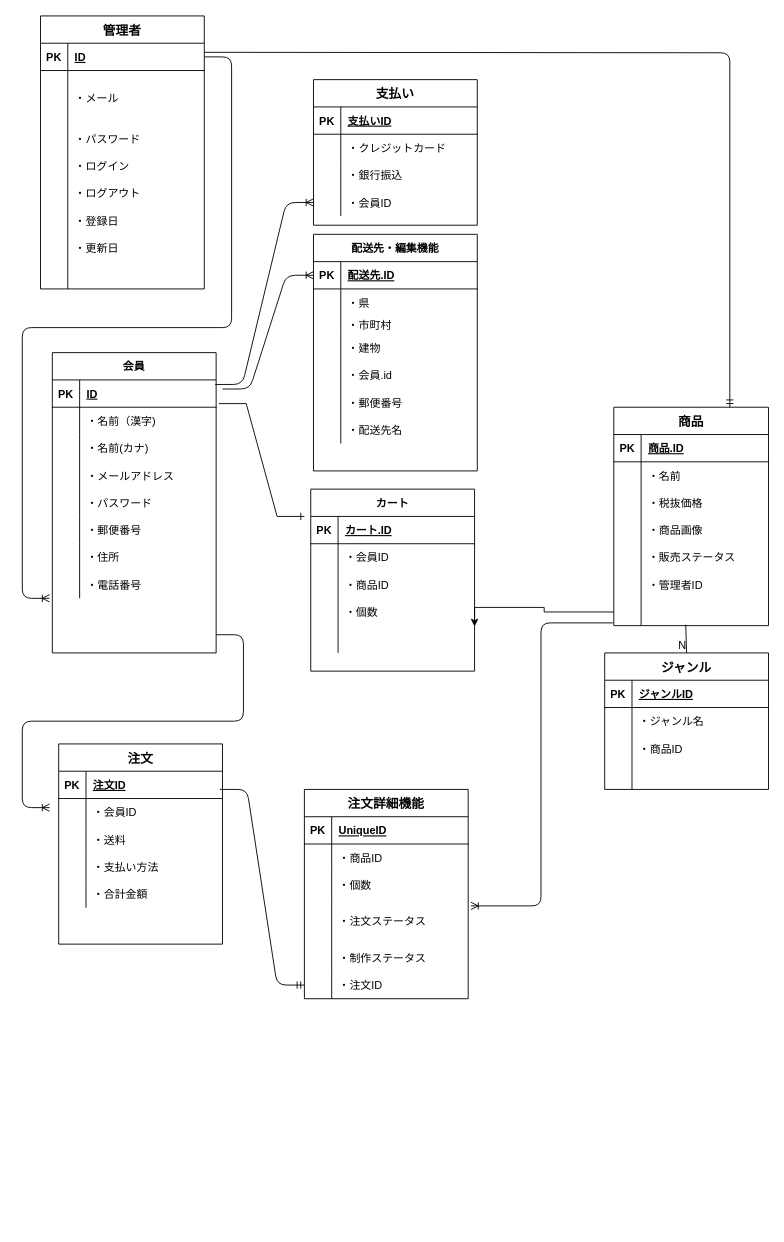
The draw.io diagram Untitled Diagram.drawio in 74905/bookers1_debug_app, before the edit. Source tidied: cells renumbered, new cells numbered last; positions are measured from the earlier drawing's top-left corner, leaving out a move shared by most shapes. Both pictures are drawn from the tidied source at 91%, with x=0, y=0 at pixel (40, 15).
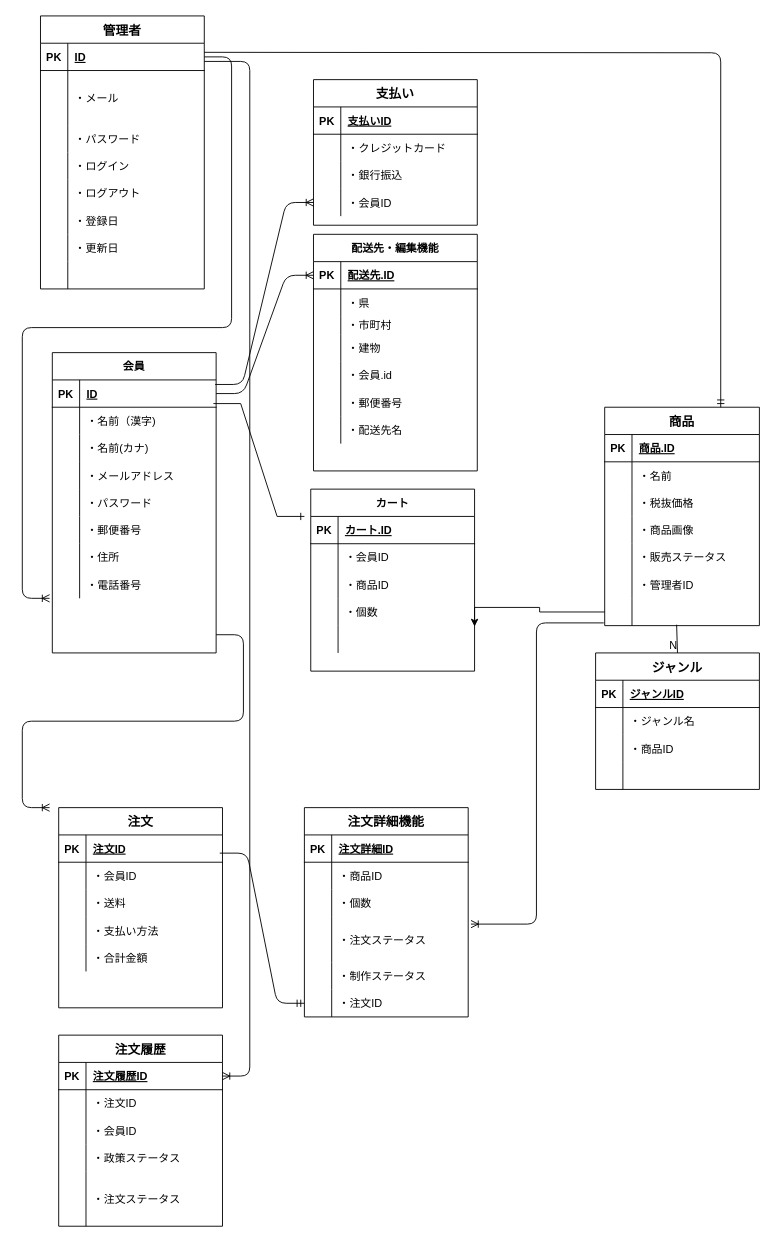
The same diagram, later.

Commit message:
Untitled Diagram.drawio を更新します

Unchanged cells that the change refers to:
```xml
<mxCell id="3" style="shape=partialRectangle;fillColor=none;top=0;left=0;bottom=1;right=0;points=[[0,0.5],[1,0.5]];portConstraint=eastwest;" parent="2" vertex="1">
  <mxGeometry y="30" width="180" height="30" as="geometry" />
</mxCell>
<mxCell id="30" style="shape=partialRectangle;fillColor=none;top=0;left=0;bottom=1;right=0;points=[[0,0.5],[1,0.5]];portConstraint=eastwest;" parent="29" vertex="1">
  <mxGeometry y="30" width="180" height="30" as="geometry" />
</mxCell>
<mxCell id="117" style="shape=partialRectangle;fillColor=none;top=0;left=0;bottom=1;right=0;" parent="116" vertex="1">
  <mxGeometry y="30" width="180" height="30" as="geometry" />
</mxCell>
<mxCell id="132" style="shape=partialRectangle;fillColor=none;top=0;left=0;bottom=0;right=0;points=[[0,0.5],[1,0.5]];portConstraint=eastwest;labelBackgroundColor=none;strokeColor=#000000;strokeWidth=1;fontSize=14;" parent="116" vertex="1">
  <mxGeometry y="200" width="180" height="30" as="geometry" />
</mxCell>
```

What changed in the source:
```diff
@@
-    <mxCell id="27" style="edgeStyle=entityRelationEdgeStyle;fontSize=12;html=1;endArrow=ERoneToMany;entryX=0;entryY=0.5;entryDx=0;entryDy=0;exitX=1.039;exitY=0.333;exitDx=0;exitDy=0;exitPerimeter=0;" parent="1" edge="1" source="3" target="30">
+    <mxCell id="27" style="edgeStyle=entityRelationEdgeStyle;fontSize=12;html=1;endArrow=ERoneToMany;entryX=0;entryY=0.5;entryDx=0;entryDy=0;exitX=1;exitY=0.5;exitDx=0;exitDy=0;" parent="1" edge="1" source="3" target="30">
       <mxGeometry relative="1" as="geometry" />
     </mxCell>
@@
-    <mxCell id="67" style="edgeStyle=entityRelationEdgeStyle;fontSize=12;html=1;endArrow=ERone;endFill=1;exitX=1.017;exitY=0.867;exitDx=0;exitDy=0;exitPerimeter=0;rounded=0;" parent="1" edge="1" source="3">
+    <mxCell id="67" style="edgeStyle=entityRelationEdgeStyle;fontSize=12;html=1;endArrow=ERone;endFill=1;rounded=0;" parent="1" edge="1">
       <mxGeometry relative="1" as="geometry">
+        <mxPoint x="190" y="426" as="sourcePoint" />
         <mxPoint x="290" y="550" as="targetPoint" />
       </mxGeometry>
     </mxCell>
     <mxCell id="68" value="商品" style="shape=table;startSize=30;childLayout=tableLayout;rowLines=0;fontStyle=1;align=center;labelBackgroundColor=none;strokeColor=#000000;strokeWidth=1;fillColor=#ffffff;fontSize=14;" parent="1" vertex="1">
-      <mxGeometry x="630" y="430" width="170" height="240" as="geometry" />
+      <mxGeometry x="620" y="430" width="170" height="240" as="geometry" />
     </mxCell>
@@
     <mxCell id="116" value="注文詳細機能" style="shape=table;startSize=30;childLayout=tableLayout;rowLines=0;fontStyle=1;align=center;labelBackgroundColor=none;strokeColor=#000000;strokeWidth=1;fillColor=#ffffff;fontSize=14;" parent="1" vertex="1">
-      <mxGeometry x="290" y="850" width="180" height="230" as="geometry" />
+      <mxGeometry x="290" y="870" width="180" height="230" as="geometry" />
     </mxCell>
@@
-    <mxCell id="119" value="UniqueID" style="shape=partialRectangle;fillColor=none;top=0;left=0;bottom=0;right=0;align=left;spacingLeft=6;fontStyle=5;overflow=hidden;" parent="117" vertex="1">
+    <mxCell id="119" value="注文詳細ID" style="shape=partialRectangle;fillColor=none;top=0;left=0;bottom=0;right=0;align=left;spacingLeft=6;fontStyle=5;overflow=hidden;" parent="117" vertex="1">
       <mxGeometry x="30" width="150" height="30" as="geometry" />
     </mxCell>
@@
     <mxCell id="135" value="注文" style="shape=table;startSize=30;childLayout=tableLayout;rowLines=0;fontStyle=1;align=center;labelBackgroundColor=none;strokeColor=#000000;strokeWidth=1;fillColor=#ffffff;fontSize=14;" parent="1" vertex="1">
-      <mxGeometry x="20" y="800" width="180" height="220" as="geometry" />
+      <mxGeometry x="20" y="870" width="180" height="220" as="geometry" />
     </mxCell>
@@
     <mxCell id="153" value="ジャンル" style="shape=table;startSize=30;childLayout=tableLayout;rowLines=0;fontStyle=1;align=center;labelBackgroundColor=none;strokeColor=#000000;strokeWidth=1;fillColor=#ffffff;fontSize=14;" parent="1" vertex="1">
-      <mxGeometry x="620" y="700" width="180" height="150" as="geometry" />
+      <mxGeometry x="610" y="700" width="180" height="150" as="geometry" />
     </mxCell>
@@
-    <mxCell id="183" style="edgeStyle=entityRelationEdgeStyle;fontSize=12;html=1;endArrow=ERmandOne;entryX=0;entryY=0.5;entryDx=0;entryDy=0;" parent="1" edge="1" target="132">
-      <mxGeometry relative="1" as="geometry">
-        <mxPoint x="197" y="850" as="sourcePoint" />
-      </mxGeometry>
-    </mxCell>
@@
+    <mxCell id="185" style="edgeStyle=entityRelationEdgeStyle;fontSize=12;html=1;endArrow=ERmandOne;entryX=0;entryY=0.5;entryDx=0;entryDy=0;" parent="1" edge="1" target="132">
+      <mxGeometry relative="1" as="geometry">
+        <mxPoint x="197" y="920" as="sourcePoint" />
+      </mxGeometry>
+    </mxCell>
+    <mxCell id="186" value="注文履歴" style="shape=table;startSize=30;childLayout=tableLayout;rowLines=0;fontStyle=1;align=center;labelBackgroundColor=none;strokeColor=#000000;strokeWidth=1;fillColor=#ffffff;fontSize=14;" parent="1" vertex="1">
+      <mxGeometry x="20" y="1120" width="180" height="210" as="geometry" />
+    </mxCell>
+    <mxCell id="187" style="shape=partialRectangle;fillColor=none;top=0;left=0;bottom=1;right=0;points=[[0,0.5],[1,0.5]];portConstraint=eastwest;" parent="186" vertex="1">
+      <mxGeometry y="30" width="180" height="30" as="geometry" />
+    </mxCell>
+    <mxCell id="188" value="PK" style="shape=partialRectangle;fillColor=none;top=0;left=0;bottom=0;right=0;fontStyle=1;overflow=hidden;" parent="187" vertex="1">
+      <mxGeometry width="30" height="30" as="geometry" />
+    </mxCell>
+    <mxCell id="189" value="注文履歴ID" style="shape=partialRectangle;fillColor=none;top=0;left=0;bottom=0;right=0;align=left;spacingLeft=6;fontStyle=5;overflow=hidden;" parent="187" vertex="1">
+      <mxGeometry x="30" width="150" height="30" as="geometry" />
+    </mxCell>
+    <mxCell id="190" style="shape=partialRectangle;fillColor=none;top=0;left=0;bottom=0;right=0;" parent="186" vertex="1">
+      <mxGeometry y="60" width="180" height="30" as="geometry" />
+    </mxCell>
+    <mxCell id="191" style="shape=partialRectangle;fillColor=none;top=0;left=0;bottom=0;right=0;overflow=hidden;" parent="190" vertex="1">
+      <mxGeometry width="30" height="30" as="geometry" />
+    </mxCell>
+    <mxCell id="192" value="・注文ID" style="shape=partialRectangle;fillColor=none;top=0;left=0;bottom=0;right=0;align=left;spacingLeft=6;overflow=hidden;" parent="190" vertex="1">
+      <mxGeometry x="30" width="150" height="30" as="geometry" />
+    </mxCell>
+    <mxCell id="193" style="shape=partialRectangle;fillColor=none;top=0;left=0;bottom=0;right=0;" parent="186" vertex="1">
+      <mxGeometry y="90" width="180" height="30" as="geometry" />
+    </mxCell>
+    <mxCell id="194" style="shape=partialRectangle;fillColor=none;top=0;left=0;bottom=0;right=0;overflow=hidden;" parent="193" vertex="1">
+      <mxGeometry width="30" height="30" as="geometry" />
+    </mxCell>
+    <mxCell id="195" value="・会員ID" style="shape=partialRectangle;fillColor=none;top=0;left=0;bottom=0;right=0;align=left;spacingLeft=6;overflow=hidden;" parent="193" vertex="1">
+      <mxGeometry x="30" width="150" height="30" as="geometry" />
+    </mxCell>
+    <mxCell id="196" style="shape=partialRectangle;fillColor=none;top=0;left=0;bottom=0;right=0;labelBackgroundColor=none;strokeColor=#000000;strokeWidth=1;fontSize=14;" parent="186" vertex="1">
+      <mxGeometry y="120" width="180" height="30" as="geometry" />
+    </mxCell>
+    <mxCell id="197" style="shape=partialRectangle;fillColor=none;top=0;left=0;bottom=0;right=0;overflow=hidden;" parent="196" vertex="1">
+      <mxGeometry width="30" height="30" as="geometry" />
+    </mxCell>
+    <mxCell id="198" value="・政策ステータス" style="shape=partialRectangle;fillColor=none;top=0;left=0;bottom=0;right=0;align=left;spacingLeft=6;overflow=hidden;" parent="196" vertex="1">
+      <mxGeometry x="30" width="150" height="30" as="geometry" />
+    </mxCell>
+    <mxCell id="199" style="shape=partialRectangle;fillColor=none;top=0;left=0;bottom=0;right=0;" parent="186" vertex="1">
+      <mxGeometry y="150" width="180" height="60" as="geometry" />
+    </mxCell>
+    <mxCell id="200" style="shape=partialRectangle;fillColor=none;top=0;left=0;bottom=0;right=0;overflow=hidden;" parent="199" vertex="1">
+      <mxGeometry width="30" height="60" as="geometry" />
+    </mxCell>
+    <mxCell id="201" value="・注文ステータス" style="shape=partialRectangle;fillColor=none;top=0;left=0;bottom=0;right=0;align=left;spacingLeft=6;overflow=hidden;" parent="199" vertex="1">
+      <mxGeometry x="30" width="150" height="60" as="geometry" />
+    </mxCell>
+    <mxCell id="202" style="edgeStyle=entityRelationEdgeStyle;fontSize=12;html=1;endArrow=ERoneToMany;" parent="1" edge="1" target="187">
+      <mxGeometry relative="1" as="geometry">
+        <mxPoint x="180" y="50" as="sourcePoint" />
+      </mxGeometry>
+    </mxCell>
```
